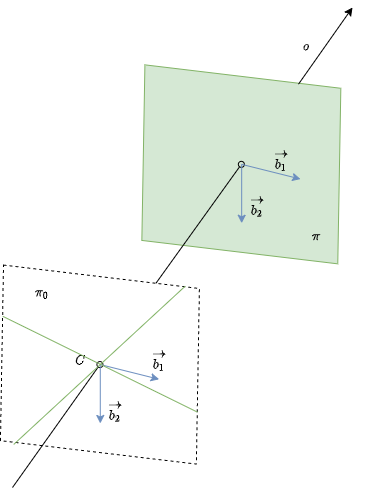
Above: graphics/homogenous.png in Myralllka/bachelor_thesis (draw.io), before the change. Source tidied: cells renumbered, new cells last; positions are measured from the earlier drawing's top-left corner, leaving out a move shared by most shapes.
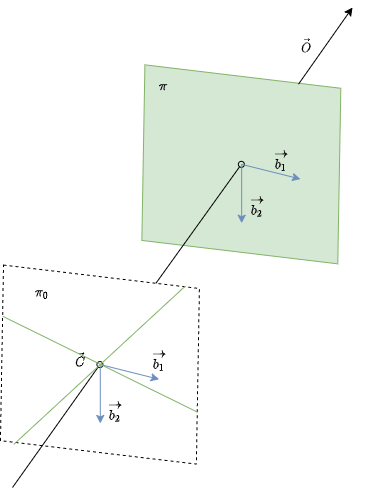
Above is the later version.

What changed in the source:
```diff
@@ -66,12 +66,12 @@
       <mxGeometry x="196" y="169.4" width="117.8" height="58.9" as="geometry" />
     </mxCell>
     <mxCell id="17" value="$$\pi$$" style="text;html=1;strokeColor=none;fillColor=none;align=center;verticalAlign=middle;whiteSpace=wrap;rounded=0;" parent="1" vertex="1">
-      <mxGeometry x="254.8" y="200" width="117.8" height="58.9" as="geometry" />
+      <mxGeometry x="102.1" y="50" width="117.8" height="58.9" as="geometry" />
     </mxCell>
-    <mxCell id="18" value="$$C$$" style="text;html=1;strokeColor=none;fillColor=none;align=center;verticalAlign=middle;whiteSpace=wrap;rounded=0;" parent="1" vertex="1">
+    <mxCell id="18" value="$$\vec{C}$$" style="text;html=1;strokeColor=none;fillColor=none;align=center;verticalAlign=middle;whiteSpace=wrap;rounded=0;" parent="1" vertex="1">
       <mxGeometry x="19.3" y="323.7" width="117.8" height="58.9" as="geometry" />
     </mxCell>
-    <mxCell id="19" value="$$o$$" style="text;html=1;strokeColor=none;fillColor=none;align=center;verticalAlign=middle;whiteSpace=wrap;rounded=0;dashed=1;" parent="1" vertex="1">
+    <mxCell id="19" value="$$\vec{O}$$" style="text;html=1;strokeColor=none;fillColor=none;align=center;verticalAlign=middle;whiteSpace=wrap;rounded=0;dashed=1;" parent="1" vertex="1">
       <mxGeometry x="245" y="10" width="117.8" height="58.9" as="geometry" />
     </mxCell>
     <mxCell id="20" style="endArrow=none;html=1;rounded=0;entryX=0.092;entryY=0.073;entryDx=0;entryDy=0;entryPerimeter=0;exitX=0.916;exitY=0.932;exitDx=0;exitDy=0;exitPerimeter=0;fillColor=#d5e8d4;strokeColor=#82b366;" parent="1" edge="1" source="2" target="2">
```
